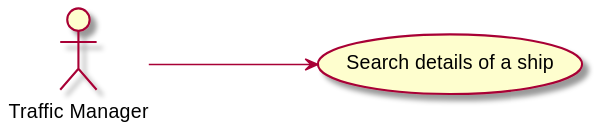
The PlantUML diagram docs/Sprint 1/US/US102/US102_UCD.svg in 1190772/LAB-Project-3, before a commit. Its diagram source:
```plantuml
@startuml

left to right direction

:Traffic Manager: as TM
(Search details of a ship) as (Use)

TM ---> (Use)

@enduml
```
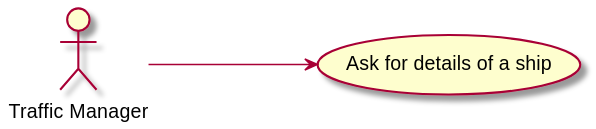
The same file after the commit.

What changed in the source:
```diff
@@ -3,7 +3,7 @@
 left to right direction
 
 :Traffic Manager: as TM
-(Search details of a ship) as (Use)
+(Ask for details of a ship) as (Use)
 
 TM ---> (Use)
 
```
